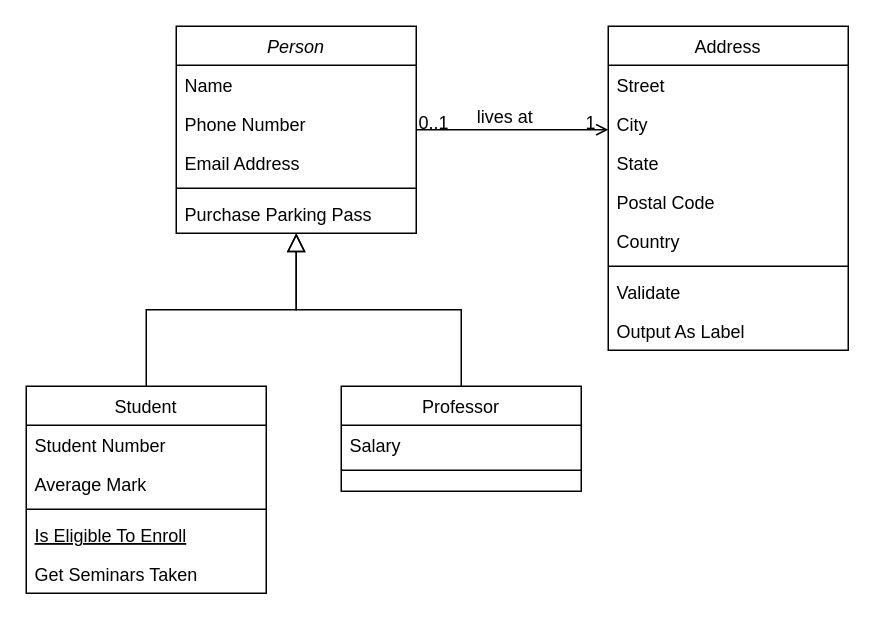
kawasousa/IFPI-ADS keeps this draw.io diagram as Programação Orientada a Objetos/Atividades/Atividade Extra - Abstrações/UML/Circulo.drawio. Above is the earlier version. Source tidied: cells renumbered, new cells numbered last; positions are measured from the earlier drawing's top-left corner, leaving out a move shared by most shapes. Both pictures are drawn from the tidied source at 150%, with x=0, y=0 at pixel (26, 26).
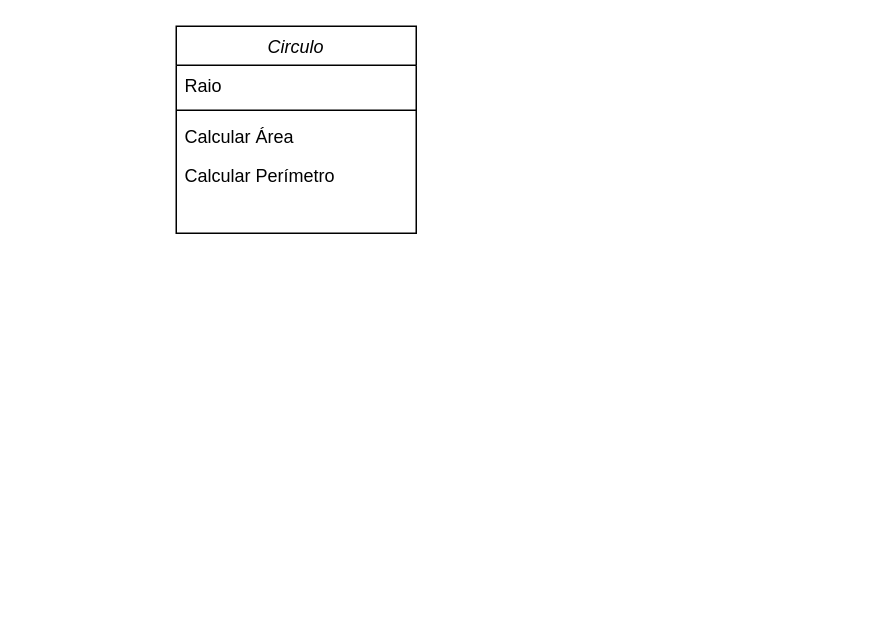
The same diagram, later.

Change to the diagram source:
```diff
@@
-    <mxCell id="2" value="Person" style="swimlane;fontStyle=2;align=center;verticalAlign=top;horizontal=1;startSize=26;rounded=0;shadow=0;strokeWidth=1;" parent="1" vertex="1">
+    <mxCell id="2" value="Circulo" style="swimlane;fontStyle=2;align=center;verticalAlign=top;horizontal=1;startSize=26;rounded=0;shadow=0;strokeWidth=1;" parent="1" vertex="1">
       <mxGeometry x="100" width="160" height="138" as="geometry" />
     </mxCell>
-    <mxCell id="3" value="Name" style="text;align=left;verticalAlign=top;spacingLeft=4;spacingRight=4;overflow=hidden;" parent="2" vertex="1">
+    <mxCell id="3" value="Raio" style="text;align=left;verticalAlign=top;spacingLeft=4;spacingRight=4;overflow=hidden;" parent="2" vertex="1">
       <mxGeometry y="26" width="160" height="26" as="geometry" />
     </mxCell>
-    <mxCell id="4" value="Phone Number" style="text;align=left;verticalAlign=top;spacingLeft=4;spacingRight=4;overflow=hidden;rounded=0;shadow=0;html=0;" parent="2" vertex="1">
-      <mxGeometry y="52" width="160" height="26" as="geometry" />
-    </mxCell>
-    <mxCell id="5" value="Email Address" style="text;align=left;verticalAlign=top;spacingLeft=4;spacingRight=4;overflow=hidden;rounded=0;shadow=0;html=0;" parent="2" vertex="1">
-      <mxGeometry y="78" width="160" height="26" as="geometry" />
-    </mxCell>
     <mxCell id="6" style="line;html=1;strokeWidth=1;align=left;verticalAlign=middle;spacingTop=-1;spacingLeft=3;spacingRight=3;labelPosition=right;" parent="2" vertex="1">
-      <mxGeometry y="104" width="160" height="8" as="geometry" />
+      <mxGeometry y="52" width="160" height="8" as="geometry" />
     </mxCell>
-    <mxCell id="7" value="Purchase Parking Pass" style="text;align=left;verticalAlign=top;spacingLeft=4;spacingRight=4;overflow=hidden;" parent="2" vertex="1">
-      <mxGeometry y="112" width="160" height="26" as="geometry" />
+    <mxCell id="7" value="Calcular Área" style="text;align=left;verticalAlign=top;spacingLeft=4;spacingRight=4;overflow=hidden;" parent="2" vertex="1">
+      <mxGeometry y="60" width="160" height="26" as="geometry" />
     </mxCell>
-    <mxCell id="8" value="Student" style="swimlane;fontStyle=0;align=center;verticalAlign=top;horizontal=1;startSize=26;rounded=0;shadow=0;strokeWidth=1;" parent="1" vertex="1">
-      <mxGeometry y="240" width="160" height="138" as="geometry" />
-    </mxCell>
-    <mxCell id="9" value="Student Number" style="text;align=left;verticalAlign=top;spacingLeft=4;spacingRight=4;overflow=hidden;" parent="8" vertex="1">
-      <mxGeometry y="26" width="160" height="26" as="geometry" />
-    </mxCell>
-    <mxCell id="10" value="Average Mark" style="text;align=left;verticalAlign=top;spacingLeft=4;spacingRight=4;overflow=hidden;rounded=0;shadow=0;html=0;" parent="8" vertex="1">
-      <mxGeometry y="52" width="160" height="26" as="geometry" />
-    </mxCell>
-    <mxCell id="11" style="line;html=1;strokeWidth=1;align=left;verticalAlign=middle;spacingTop=-1;spacingLeft=3;spacingRight=3;labelPosition=right;" parent="8" vertex="1">
-      <mxGeometry y="78" width="160" height="8" as="geometry" />
-    </mxCell>
-    <mxCell id="12" value="Is Eligible To Enroll" style="text;align=left;verticalAlign=top;spacingLeft=4;spacingRight=4;overflow=hidden;fontStyle=4;" parent="8" vertex="1">
-      <mxGeometry y="86" width="160" height="26" as="geometry" />
-    </mxCell>
-    <mxCell id="13" value="Get Seminars Taken" style="text;align=left;verticalAlign=top;spacingLeft=4;spacingRight=4;overflow=hidden;" parent="8" vertex="1">
-      <mxGeometry y="112" width="160" height="26" as="geometry" />
-    </mxCell>
-    <mxCell id="14" style="endArrow=block;endSize=10;endFill=0;shadow=0;strokeWidth=1;rounded=0;curved=0;edgeStyle=elbowEdgeStyle;elbow=vertical;" parent="1" edge="1" source="8" target="2">
-      <mxGeometry relative="1" as="geometry" />
-    </mxCell>
-    <mxCell id="15" value="Professor" style="swimlane;fontStyle=0;align=center;verticalAlign=top;horizontal=1;startSize=26;rounded=0;shadow=0;strokeWidth=1;" parent="1" vertex="1">
-      <mxGeometry x="210" y="240" width="160" height="70" as="geometry" />
-    </mxCell>
-    <mxCell id="16" value="Salary" style="text;align=left;verticalAlign=top;spacingLeft=4;spacingRight=4;overflow=hidden;" parent="15" vertex="1">
-      <mxGeometry y="26" width="160" height="26" as="geometry" />
-    </mxCell>
-    <mxCell id="17" style="line;html=1;strokeWidth=1;align=left;verticalAlign=middle;spacingTop=-1;spacingLeft=3;spacingRight=3;labelPosition=right;" parent="15" vertex="1">
-      <mxGeometry y="52" width="160" height="8" as="geometry" />
-    </mxCell>
-    <mxCell id="18" style="endArrow=block;endSize=10;endFill=0;shadow=0;strokeWidth=1;rounded=0;curved=0;edgeStyle=elbowEdgeStyle;elbow=vertical;" parent="1" edge="1" source="15" target="2">
-      <mxGeometry relative="1" as="geometry" />
-    </mxCell>
-    <mxCell id="19" value="Address" style="swimlane;fontStyle=0;align=center;verticalAlign=top;horizontal=1;startSize=26;rounded=0;shadow=0;strokeWidth=1;" parent="1" vertex="1">
-      <mxGeometry x="388" width="160" height="216" as="geometry" />
-    </mxCell>
-    <mxCell id="20" value="Street" style="text;align=left;verticalAlign=top;spacingLeft=4;spacingRight=4;overflow=hidden;" parent="19" vertex="1">
-      <mxGeometry y="26" width="160" height="26" as="geometry" />
-    </mxCell>
-    <mxCell id="21" value="City" style="text;align=left;verticalAlign=top;spacingLeft=4;spacingRight=4;overflow=hidden;rounded=0;shadow=0;html=0;" parent="19" vertex="1">
-      <mxGeometry y="52" width="160" height="26" as="geometry" />
-    </mxCell>
-    <mxCell id="22" value="State" style="text;align=left;verticalAlign=top;spacingLeft=4;spacingRight=4;overflow=hidden;rounded=0;shadow=0;html=0;" parent="19" vertex="1">
-      <mxGeometry y="78" width="160" height="26" as="geometry" />
-    </mxCell>
-    <mxCell id="23" value="Postal Code" style="text;align=left;verticalAlign=top;spacingLeft=4;spacingRight=4;overflow=hidden;rounded=0;shadow=0;html=0;" parent="19" vertex="1">
-      <mxGeometry y="104" width="160" height="26" as="geometry" />
-    </mxCell>
-    <mxCell id="24" value="Country" style="text;align=left;verticalAlign=top;spacingLeft=4;spacingRight=4;overflow=hidden;rounded=0;shadow=0;html=0;" parent="19" vertex="1">
-      <mxGeometry y="130" width="160" height="26" as="geometry" />
-    </mxCell>
-    <mxCell id="25" style="line;html=1;strokeWidth=1;align=left;verticalAlign=middle;spacingTop=-1;spacingLeft=3;spacingRight=3;labelPosition=right;" parent="19" vertex="1">
-      <mxGeometry y="156" width="160" height="8" as="geometry" />
-    </mxCell>
-    <mxCell id="26" value="Validate" style="text;align=left;verticalAlign=top;spacingLeft=4;spacingRight=4;overflow=hidden;" parent="19" vertex="1">
-      <mxGeometry y="164" width="160" height="26" as="geometry" />
-    </mxCell>
-    <mxCell id="27" value="Output As Label" style="text;align=left;verticalAlign=top;spacingLeft=4;spacingRight=4;overflow=hidden;" parent="19" vertex="1">
-      <mxGeometry y="190" width="160" height="26" as="geometry" />
-    </mxCell>
-    <mxCell id="28" style="endArrow=open;shadow=0;strokeWidth=1;rounded=0;curved=0;endFill=1;edgeStyle=elbowEdgeStyle;elbow=vertical;" parent="1" edge="1" source="2" target="19">
-      <mxGeometry x="0.5" y="41" relative="1" as="geometry">
-        <mxPoint x="-40" y="32" as="offset" />
-      </mxGeometry>
-    </mxCell>
-    <mxCell id="29" value="0..1" style="align=left;verticalAlign=bottom;labelBackgroundColor=none;fontSize=12;" parent="28" vertex="1">
-      <mxGeometry x="-1" relative="1" as="geometry">
-        <mxPoint y="4" as="offset" />
-      </mxGeometry>
-    </mxCell>
-    <mxCell id="30" value="1" style="align=right;verticalAlign=bottom;labelBackgroundColor=none;fontSize=12;" parent="28" vertex="1">
-      <mxGeometry x="1" relative="1" as="geometry">
-        <mxPoint x="-7" y="4" as="offset" />
-      </mxGeometry>
-    </mxCell>
-    <mxCell id="31" value="lives at" style="text;html=1;align=center;verticalAlign=middle;labelBackgroundColor=none;rounded=0;shadow=0;strokeWidth=1;fontSize=12;" parent="28" vertex="1">
-      <mxGeometry x="0.5" y="49" relative="1" as="geometry">
-        <mxPoint x="-38" y="40" as="offset" />
-      </mxGeometry>
-    </mxCell>
+    <mxCell id="32" value="Calcular Perímetro" style="text;align=left;verticalAlign=top;spacingLeft=4;spacingRight=4;overflow=hidden;" parent="2" vertex="1">
+      <mxGeometry y="86" width="160" height="26" as="geometry" />
+    </mxCell>
```
